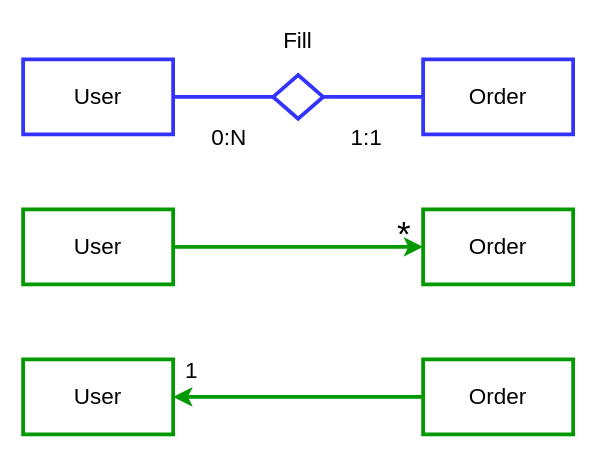
The draw.io diagram page "User - Order" (3 of 12) of Diagrams/relationships.drawio in matteovisotto/DB2-SirianiVisotto, before the edit. Source tidied: cells renumbered, new cells numbered last; positions are measured from the earlier drawing's top-left corner, leaving out a move shared by most shapes. Both pictures are drawn from the tidied source at 125%, with x=0, y=0 at pixel (22, 21).
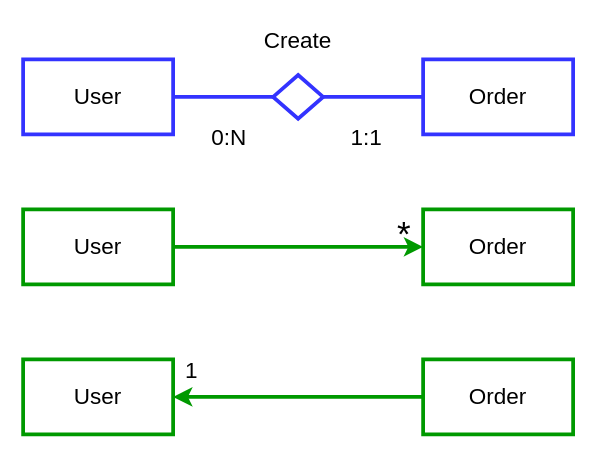
The same diagram, later.

What changed in the source:
```diff
@@
 <mxGraphModel>
   <root>
     <mxCell id="0" />
     <mxCell id="1" parent="0" />
     <mxCell id="2" style="edgeStyle=orthogonalEdgeStyle;rounded=0;jettySize=auto;html=1;entryX=0;entryY=0.5;entryDx=0;entryDy=0;endArrow=none;endFill=0;strokeColor=#3333FF;strokeWidth=3;" parent="1" edge="1" source="3" target="5">
       <mxGeometry relative="1" as="geometry" />
     </mxCell>
     <mxCell id="3" value="User" style="rounded=0;whiteSpace=wrap;html=1;strokeColor=#3333FF;strokeWidth=3;fontSize=18;" parent="1" vertex="1">
       <mxGeometry y="30" width="120" height="60" as="geometry" />
     </mxCell>
     <mxCell id="4" style="edgeStyle=orthogonalEdgeStyle;rounded=0;jettySize=auto;html=1;endArrow=none;endFill=0;strokeColor=#3333FF;strokeWidth=3;" parent="1" edge="1" source="5" target="6">
       <mxGeometry relative="1" as="geometry" />
     </mxCell>
     <mxCell id="5" style="rhombus;whiteSpace=wrap;html=1;strokeColor=#3333FF;strokeWidth=3;" parent="1" vertex="1">
       <mxGeometry x="200" y="42.5" width="40" height="35" as="geometry" />
     </mxCell>
     <mxCell id="6" value="Order" style="rounded=0;whiteSpace=wrap;html=1;strokeColor=#3333FF;strokeWidth=3;fontSize=18;" parent="1" vertex="1">
       <mxGeometry x="320" y="30" width="120" height="60" as="geometry" />
     </mxCell>
     <mxCell id="7" style="edgeStyle=orthogonalEdgeStyle;rounded=0;jettySize=auto;html=1;endArrow=classic;endFill=1;strokeColor=#009900;strokeWidth=3;" parent="1" edge="1" source="8" target="9">
       <mxGeometry relative="1" as="geometry" />
     </mxCell>
     <mxCell id="8" value="User" style="rounded=0;whiteSpace=wrap;html=1;strokeColor=#009900;strokeWidth=3;fontSize=18;" parent="1" vertex="1">
       <mxGeometry y="150" width="120" height="60" as="geometry" />
     </mxCell>
     <mxCell id="9" value="Order" style="rounded=0;whiteSpace=wrap;html=1;strokeColor=#009900;strokeWidth=3;fontSize=18;" parent="1" vertex="1">
       <mxGeometry x="320" y="150" width="120" height="60" as="geometry" />
     </mxCell>
     <mxCell id="10" value="User" style="rounded=0;whiteSpace=wrap;html=1;strokeColor=#009900;strokeWidth=3;fontSize=18;" parent="1" vertex="1">
       <mxGeometry y="270" width="120" height="60" as="geometry" />
     </mxCell>
     <mxCell id="11" style="edgeStyle=orthogonalEdgeStyle;rounded=0;jettySize=auto;html=1;endArrow=classic;endFill=1;strokeColor=#009900;strokeWidth=3;" parent="1" edge="1" source="12" target="10">
       <mxGeometry relative="1" as="geometry" />
     </mxCell>
     <mxCell id="12" value="Order" style="rounded=0;whiteSpace=wrap;html=1;strokeColor=#009900;strokeWidth=3;fontSize=18;" parent="1" vertex="1">
       <mxGeometry x="320" y="270" width="120" height="60" as="geometry" />
     </mxCell>
-    <mxCell id="13" value="&lt;font style=&quot;font-size: 18px&quot;&gt;Fill&lt;/font&gt;" style="text;html=1;strokeColor=none;fillColor=none;align=center;verticalAlign=middle;whiteSpace=wrap;rounded=0;" parent="1" vertex="1">
+    <mxCell id="13" value="&lt;font style=&quot;font-size: 18px&quot;&gt;Create&lt;/font&gt;" style="text;html=1;strokeColor=none;fillColor=none;align=center;verticalAlign=middle;whiteSpace=wrap;rounded=0;" parent="1" vertex="1">
       <mxGeometry x="190" width="60" height="30" as="geometry" />
     </mxCell>
     <mxCell id="14" value="&lt;font style=&quot;font-size: 18px&quot;&gt;0:N&lt;/font&gt;" style="text;html=1;strokeColor=none;fillColor=none;align=center;verticalAlign=middle;whiteSpace=wrap;rounded=0;" parent="1" vertex="1">
       <mxGeometry x="140" y="77.5" width="50" height="30" as="geometry" />
     </mxCell>
     <mxCell id="15" value="&lt;font style=&quot;font-size: 18px&quot;&gt;1:1&lt;/font&gt;" style="text;html=1;strokeColor=none;fillColor=none;align=center;verticalAlign=middle;whiteSpace=wrap;rounded=0;" parent="1" vertex="1">
       <mxGeometry x="250" y="77.5" width="50" height="30" as="geometry" />
     </mxCell>
     <mxCell id="16" value="&lt;font style=&quot;font-size: 28px&quot;&gt;*&lt;/font&gt;" style="text;html=1;strokeColor=none;fillColor=none;align=center;verticalAlign=middle;whiteSpace=wrap;rounded=0;fontSize=18;" parent="1" vertex="1">
       <mxGeometry x="280" y="160" width="50" height="20" as="geometry" />
     </mxCell>
     <mxCell id="17" value="&lt;font style=&quot;font-size: 18px&quot;&gt;1&lt;/font&gt;" style="text;html=1;strokeColor=none;fillColor=none;align=center;verticalAlign=middle;whiteSpace=wrap;rounded=0;fontSize=28;" parent="1" vertex="1">
       <mxGeometry x="120" y="260" width="30" height="30" as="geometry" />
     </mxCell>
   </root>
 </mxGraphModel>
```
